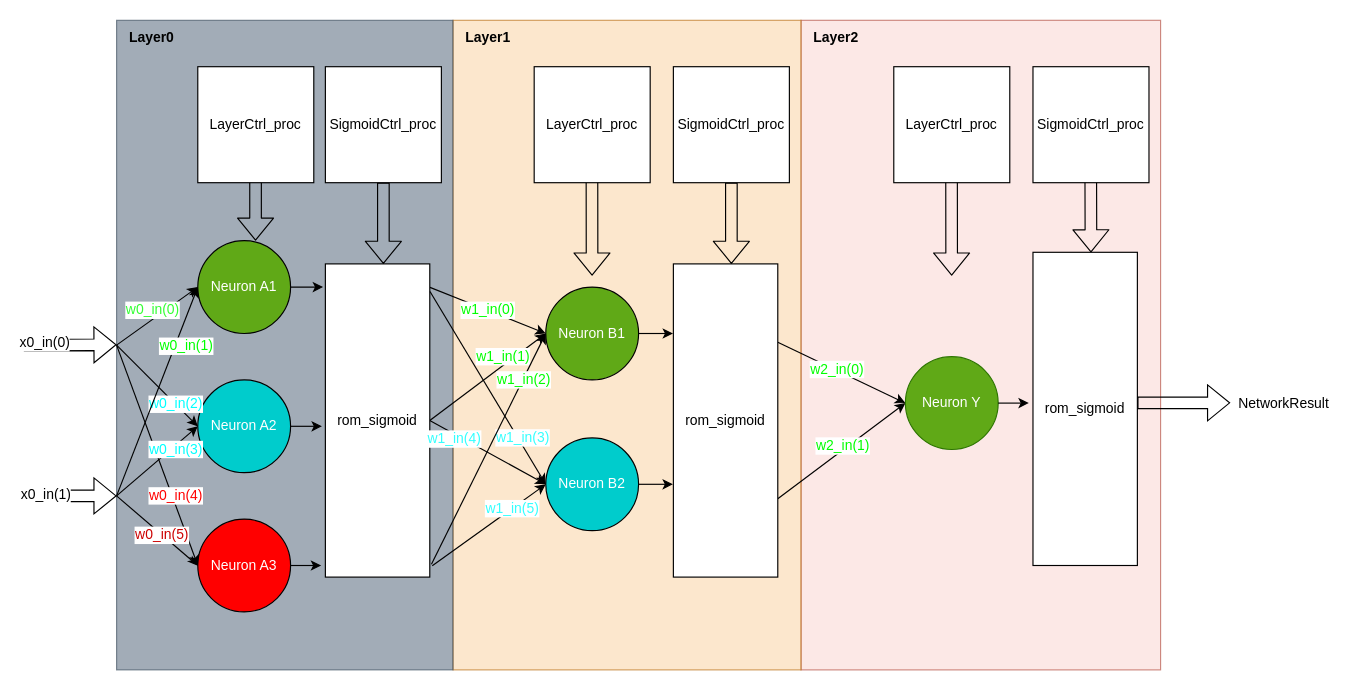
Above: page "Neural_Network_scheme" (1 of 2) of doc/Schematics.drawio in KrzysztofPr/Neural_network (draw.io), before the change. Source tidied: cells renumbered, new cells numbered last; positions are measured from the earlier drawing's top-left corner, leaving out a move shared by most shapes. Both pictures are drawn from the tidied source at 116%, with x=0, y=0 at pixel (23, 20).
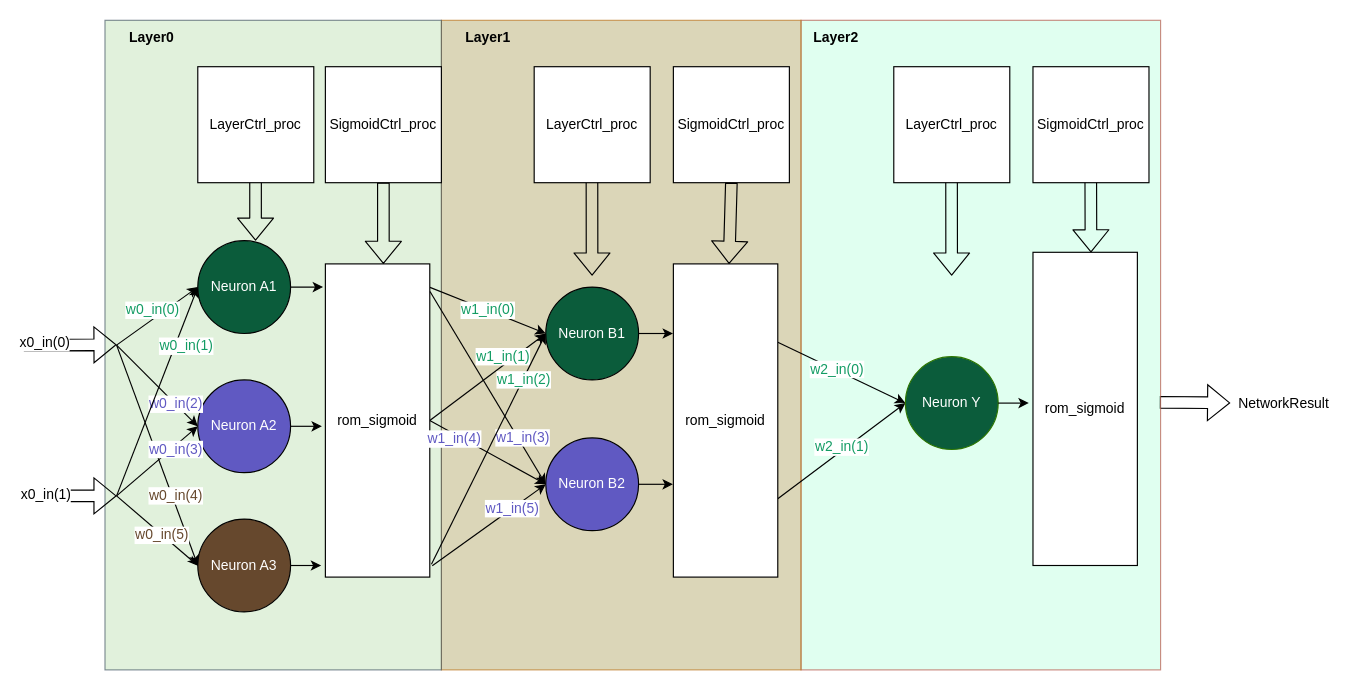
Above is the later version.

Unchanged cells that the change refers to:
```xml
<mxCell id="9" style="endArrow=classic;html=1;exitX=1;exitY=0.5;exitDx=0;exitDy=0;endFill=1;" parent="1" edge="1">
  <mxGeometry relative="1" as="geometry">
    <mxPoint x="80" y="280" as="sourcePoint" />
    <mxPoint x="150" y="230" as="targetPoint" />
  </mxGeometry>
</mxCell>
<mxCell id="11" style="endArrow=classic;html=1;entryX=0;entryY=0.5;entryDx=0;entryDy=0;endFill=1;" parent="1" edge="1" target="7">
  <mxGeometry relative="1" as="geometry">
    <mxPoint x="80" y="280" as="sourcePoint" />
  </mxGeometry>
</mxCell>
<mxCell id="13" style="endArrow=classic;html=1;entryX=0;entryY=0.5;entryDx=0;entryDy=0;exitX=1;exitY=0.5;exitDx=0;exitDy=0;endFill=1;" parent="1" edge="1" target="8">
  <mxGeometry relative="1" as="geometry">
    <mxPoint x="80" y="280" as="sourcePoint" />
  </mxGeometry>
</mxCell>
<mxCell id="15" style="endArrow=classicThin;html=1;endFill=1;entryX=0;entryY=0.5;entryDx=0;entryDy=0;" parent="1" edge="1" target="8">
  <mxGeometry relative="1" as="geometry">
    <mxPoint x="80" y="410" as="sourcePoint" />
  </mxGeometry>
</mxCell>
<mxCell id="17" style="endArrow=classic;html=1;entryX=0;entryY=0.5;entryDx=0;entryDy=0;endFill=1;" parent="1" edge="1" target="7">
  <mxGeometry relative="1" as="geometry">
    <mxPoint x="80" y="410" as="sourcePoint" />
  </mxGeometry>
</mxCell>
<mxCell id="19" style="endArrow=classic;html=1;entryX=0;entryY=0.5;entryDx=0;entryDy=0;endFill=1;exitX=1;exitY=0.5;exitDx=0;exitDy=0;" parent="1" edge="1" target="6">
  <mxGeometry relative="1" as="geometry">
    <mxPoint x="80" y="410" as="sourcePoint" />
  </mxGeometry>
</mxCell>
<mxCell id="23" style="rounded=0;jettySize=auto;html=1;exitX=0.075;exitY=-0.002;exitDx=0;exitDy=0;entryX=0;entryY=0.5;entryDx=0;entryDy=0;exitPerimeter=0;" parent="1" edge="1" source="28" target="35">
  <mxGeometry relative="1" as="geometry" />
</mxCell>
<mxCell id="25" style="rounded=0;jettySize=auto;html=1;exitX=0.5;exitY=0;exitDx=0;exitDy=0;" parent="1" edge="1" source="28">
  <mxGeometry relative="1" as="geometry">
    <mxPoint x="450" y="270" as="targetPoint" />
  </mxGeometry>
</mxCell>
<mxCell id="39" style="rounded=0;jettySize=auto;html=1;exitX=0.25;exitY=0;exitDx=0;exitDy=0;entryX=0;entryY=0.5;entryDx=0;entryDy=0;" parent="1" edge="1" source="42" target="53">
  <mxGeometry relative="1" as="geometry" />
</mxCell>
<mxCell id="48" style="rounded=0;jettySize=auto;html=1;exitX=0.088;exitY=-0.002;exitDx=0;exitDy=0;entryX=0;entryY=0.5;entryDx=0;entryDy=0;exitPerimeter=0;" parent="1" edge="1" source="28" target="36">
  <mxGeometry relative="1" as="geometry" />
</mxCell>
<mxCell id="50" style="rounded=0;jettySize=auto;html=1;exitX=0.959;exitY=-0.016;exitDx=0;exitDy=0;entryX=0;entryY=0.5;entryDx=0;entryDy=0;exitPerimeter=0;" parent="1" edge="1" source="28" target="35">
  <mxGeometry relative="1" as="geometry" />
</mxCell>
```

Change to the diagram source:
```diff
@@
+    <mxCell id="67" style="shape=flexArrow;endArrow=classic;html=1;rounded=0;fontFamily=Helvetica;fontSize=12;fontColor=default;exitX=0.588;exitY=0.003;exitDx=0;exitDy=0;exitPerimeter=0;" parent="1" edge="1" source="2">
+      <mxGeometry relative="1" as="geometry">
+        <mxPoint x="1040" y="329.8" as="targetPoint" />
+      </mxGeometry>
+    </mxCell>
-    <mxCell id="2" style="rounded=0;whiteSpace=wrap;html=1;direction=south;fillColor=#fad9d5;strokeColor=#ae4132;opacity=60;" parent="1" vertex="1">
+    <mxCell id="2" style="rounded=0;whiteSpace=wrap;html=1;direction=south;fillColor=#CCFFE7;strokeColor=#ae4132;opacity=60;" parent="1" vertex="1">
       <mxGeometry x="670" width="310" height="560" as="geometry" />
     </mxCell>
-    <mxCell id="3" style="rounded=0;whiteSpace=wrap;html=1;direction=south;fillColor=#fad7ac;strokeColor=#b46504;opacity=60;" parent="1" vertex="1">
-      <mxGeometry x="370" width="300" height="560" as="geometry" />
+    <mxCell id="3" style="rounded=0;whiteSpace=wrap;html=1;direction=south;fillColor=#C4BB89;strokeColor=#b46504;opacity=60;" parent="1" vertex="1">
+      <mxGeometry x="360" width="310" height="560" as="geometry" />
     </mxCell>
@@
-    <mxCell id="5" style="rounded=0;whiteSpace=wrap;html=1;direction=south;fillColor=#647687;fontColor=#ffffff;strokeColor=#314354;opacity=60;" parent="1" vertex="1">
-      <mxGeometry x="80" width="290" height="560" as="geometry" />
+    <mxCell id="5" style="rounded=0;whiteSpace=wrap;html=1;direction=south;fillColor=#CDE8C5;fontColor=#ffffff;strokeColor=#314354;opacity=60;" parent="1" vertex="1">
+      <mxGeometry x="70" width="290" height="560" as="geometry" />
     </mxCell>
-    <mxCell id="6" value="Neuron A1" style="ellipse;whiteSpace=wrap;html=1;fillColor=#60a917;fontColor=#ffffff;strokeColor=#000000;" parent="1" vertex="1">
+    <mxCell id="6" value="Neuron A1" style="ellipse;whiteSpace=wrap;html=1;fillColor=#0B5C3B;fontColor=#ffffff;strokeColor=#000000;" parent="1" vertex="1">
       <mxGeometry x="150" y="190" width="80" height="80" as="geometry" />
     </mxCell>
-    <mxCell id="7" value="Neuron A2" style="ellipse;whiteSpace=wrap;html=1;fillColor=#00CCCC;fontColor=#ffffff;strokeColor=#000000;" parent="1" vertex="1">
+    <mxCell id="7" value="Neuron A2" style="ellipse;whiteSpace=wrap;html=1;fillColor=#6059C2;fontColor=#ffffff;strokeColor=#000000;" parent="1" vertex="1">
       <mxGeometry x="150" y="310" width="80" height="80" as="geometry" />
     </mxCell>
-    <mxCell id="8" value="Neuron A3" style="ellipse;whiteSpace=wrap;html=1;fillColor=#FF0000;fontColor=#ffffff;strokeColor=#000000;" parent="1" vertex="1">
+    <mxCell id="8" value="Neuron A3" style="ellipse;whiteSpace=wrap;html=1;fillColor=#66482D;fontColor=#ffffff;strokeColor=#000000;" parent="1" vertex="1">
       <mxGeometry x="150" y="430" width="80" height="80" as="geometry" />
     </mxCell>
@@
-    <mxCell id="10" value="&lt;font color=&quot;#33ff33&quot;&gt;w0_in(0)&lt;/font&gt;" style="edgeLabel;html=1;align=center;verticalAlign=middle;fontSize=12;" parent="9" vertex="1">
+    <mxCell id="10" value="&lt;font color=&quot;#139c64&quot;&gt;w0_in(0)&lt;/font&gt;" style="edgeLabel;html=1;align=center;verticalAlign=middle;fontSize=12;" parent="9" vertex="1">
       <mxGeometry x="-0.4" relative="1" as="geometry">
         <mxPoint x="9" y="-15" as="offset" />
       </mxGeometry>
     </mxCell>
@@
-    <mxCell id="12" value="&lt;font color=&quot;#00ffff&quot;&gt;w0_in(2)&lt;/font&gt;" style="edgeLabel;html=1;align=center;verticalAlign=middle;fontSize=12;" parent="11" vertex="1">
+    <mxCell id="12" value="&lt;font color=&quot;#6059c2&quot;&gt;w0_in(2)&lt;/font&gt;" style="edgeLabel;html=1;align=center;verticalAlign=middle;fontSize=12;" parent="11" vertex="1">
       <mxGeometry x="0.23" relative="1" as="geometry">
         <mxPoint x="7" y="7" as="offset" />
       </mxGeometry>
     </mxCell>
@@
-    <mxCell id="14" value="&lt;font color=&quot;#ff0000&quot;&gt;w0_in(4)&lt;/font&gt;" style="edgeLabel;html=1;align=center;verticalAlign=middle;fontSize=12;" parent="13" vertex="1">
+    <mxCell id="14" value="&lt;font color=&quot;#66482d&quot;&gt;w0_in(4)&lt;/font&gt;" style="edgeLabel;html=1;align=center;verticalAlign=middle;fontSize=12;" parent="13" vertex="1">
       <mxGeometry x="-0.13" y="2" relative="1" as="geometry">
         <mxPoint x="18" y="48" as="offset" />
       </mxGeometry>
     </mxCell>
@@
-    <mxCell id="16" value="&lt;font color=&quot;#cc0000&quot;&gt;w0_in(5)&lt;/font&gt;" style="edgeLabel;html=1;align=center;verticalAlign=middle;fontSize=12;" parent="15" vertex="1">
+    <mxCell id="16" value="&lt;font color=&quot;#66482d&quot;&gt;w0_in(5)&lt;/font&gt;" style="edgeLabel;html=1;align=center;verticalAlign=middle;fontSize=12;" parent="15" vertex="1">
       <mxGeometry x="0.08" y="1" relative="1" as="geometry">
         <mxPoint y="2" as="offset" />
       </mxGeometry>
     </mxCell>
@@
-    <mxCell id="18" value="&lt;font color=&quot;#00ffff&quot;&gt;w0_in(3)&lt;/font&gt;" style="edgeLabel;html=1;align=center;verticalAlign=middle;fontSize=12;" parent="17" vertex="1">
+    <mxCell id="18" value="&lt;font color=&quot;#6059c2&quot;&gt;w0_in(3)&lt;/font&gt;" style="edgeLabel;html=1;align=center;verticalAlign=middle;fontSize=12;" parent="17" vertex="1">
       <mxGeometry x="0.3" y="-1" relative="1" as="geometry">
         <mxPoint x="4" y="-2" as="offset" />
       </mxGeometry>
     </mxCell>
@@
-    <mxCell id="20" value="&lt;font color=&quot;#00ff00&quot;&gt;w0_in(1)&lt;/font&gt;" style="edgeLabel;html=1;align=center;verticalAlign=middle;fontSize=12;" parent="19" vertex="1">
+    <mxCell id="20" value="&lt;font color=&quot;#139c64&quot;&gt;w0_in(1)&lt;/font&gt;" style="edgeLabel;html=1;align=center;verticalAlign=middle;fontSize=12;" parent="19" vertex="1">
       <mxGeometry x="-0.3" y="1" relative="1" as="geometry">
         <mxPoint x="36" y="-66" as="offset" />
       </mxGeometry>
     </mxCell>
@@
-    <mxCell id="24" value="&lt;font color=&quot;#00ff00&quot;&gt;w1_in(0)&lt;/font&gt;" style="edgeLabel;html=1;align=center;verticalAlign=middle;fontSize=12;fontFamily=Helvetica;fontColor=default;" parent="23" vertex="1">
+    <mxCell id="24" value="&lt;font color=&quot;#139c64&quot;&gt;w1_in(0)&lt;/font&gt;" style="edgeLabel;html=1;align=center;verticalAlign=middle;fontSize=12;fontFamily=Helvetica;fontColor=default;" parent="23" vertex="1">
       <mxGeometry x="-0.02" relative="1" as="geometry" />
     </mxCell>
@@
-    <mxCell id="26" value="&lt;font color=&quot;#00ff00&quot;&gt;w1_in(1)&lt;/font&gt;" style="edgeLabel;html=1;align=center;verticalAlign=middle;fontSize=12;fontFamily=Helvetica;fontColor=default;" parent="25" vertex="1">
+    <mxCell id="26" value="&lt;font color=&quot;#139c64&quot;&gt;w1_in(1)&lt;/font&gt;" style="edgeLabel;html=1;align=center;verticalAlign=middle;fontSize=12;fontFamily=Helvetica;fontColor=default;" parent="25" vertex="1">
       <mxGeometry x="0.26" y="1" relative="1" as="geometry">
         <mxPoint y="-7" as="offset" />
       </mxGeometry>
     </mxCell>
@@
-    <mxCell id="35" value="Neuron B1" style="ellipse;whiteSpace=wrap;html=1;fillColor=#60a917;fontColor=#ffffff;strokeColor=#000000;" parent="1" vertex="1">
+    <mxCell id="35" value="Neuron B1" style="ellipse;whiteSpace=wrap;html=1;fillColor=#0B5C3B;fontColor=#ffffff;strokeColor=#000000;" parent="1" vertex="1">
       <mxGeometry x="450" y="230" width="80" height="80" as="geometry" />
     </mxCell>
-    <mxCell id="36" value="Neuron B2" style="ellipse;whiteSpace=wrap;html=1;fillColor=#00CCCC;fontColor=#ffffff;strokeColor=#000000;" parent="1" vertex="1">
+    <mxCell id="36" value="Neuron B2" style="ellipse;whiteSpace=wrap;html=1;fillColor=#6059C2;fontColor=#ffffff;strokeColor=#000000;" parent="1" vertex="1">
       <mxGeometry x="450" y="360" width="80" height="80" as="geometry" />
     </mxCell>
@@
-    <mxCell id="40" value="&lt;font color=&quot;#00ff00&quot;&gt;w2_in(0)&lt;/font&gt;" style="edgeLabel;html=1;align=center;verticalAlign=middle;fontSize=12;fontFamily=Helvetica;fontColor=default;" parent="39" vertex="1">
+    <mxCell id="40" value="&lt;font color=&quot;#139c64&quot;&gt;w2_in(0)&lt;/font&gt;" style="edgeLabel;html=1;align=center;verticalAlign=middle;fontSize=12;fontFamily=Helvetica;fontColor=default;" parent="39" vertex="1">
       <mxGeometry x="-0.1" y="1" relative="1" as="geometry" />
     </mxCell>
@@
-    <mxCell id="49" value="&lt;font color=&quot;#33ffff&quot;&gt;w1_in(3)&lt;/font&gt;" style="edgeLabel;html=1;align=center;verticalAlign=middle;fontSize=12;fontFamily=Helvetica;fontColor=default;" parent="48" vertex="1">
+    <mxCell id="49" value="&lt;font color=&quot;#6059c2&quot;&gt;w1_in(3)&lt;/font&gt;" style="edgeLabel;html=1;align=center;verticalAlign=middle;fontSize=12;fontFamily=Helvetica;fontColor=default;" parent="48" vertex="1">
       <mxGeometry x="0.48" y="-1" relative="1" as="geometry">
         <mxPoint x="7" y="3" as="offset" />
       </mxGeometry>
     </mxCell>
@@
-    <mxCell id="51" value="&lt;font color=&quot;#00ff00&quot;&gt;w1_in(2)&lt;/font&gt;" style="edgeLabel;html=1;align=center;verticalAlign=middle;fontSize=12;fontFamily=Helvetica;fontColor=default;" parent="50" vertex="1">
+    <mxCell id="51" value="&lt;font color=&quot;#139c64&quot;&gt;w1_in(2)&lt;/font&gt;" style="edgeLabel;html=1;align=center;verticalAlign=middle;fontSize=12;fontFamily=Helvetica;fontColor=default;" parent="50" vertex="1">
       <mxGeometry x="0.43" relative="1" as="geometry">
         <mxPoint x="8" y="-17" as="offset" />
       </mxGeometry>
     </mxCell>
@@
-    <mxCell id="53" value="Neuron Y" style="ellipse;whiteSpace=wrap;html=1;fillColor=#60a917;fontColor=#ffffff;strokeColor=#2D7600;" parent="1" vertex="1">
+    <mxCell id="53" value="Neuron Y" style="ellipse;whiteSpace=wrap;html=1;fillColor=#0B5C3B;fontColor=#ffffff;strokeColor=#2D7600;" parent="1" vertex="1">
       <mxGeometry x="760" y="290" width="80" height="80" as="geometry" />
     </mxCell>
@@
-    <mxCell id="59" value="&lt;font color=&quot;#33ffff&quot;&gt;w1_in(4)&lt;/font&gt;" style="edgeLabel;html=1;align=center;verticalAlign=middle;fontSize=12;fontFamily=Helvetica;fontColor=default;" parent="1" vertex="1">
+    <mxCell id="59" value="&lt;font color=&quot;#6059c2&quot;&gt;w1_in(4)&lt;/font&gt;" style="edgeLabel;html=1;align=center;verticalAlign=middle;fontSize=12;fontFamily=Helvetica;fontColor=default;" parent="1" vertex="1">
       <mxGeometry x="370" y="360" as="geometry" />
     </mxCell>
-    <mxCell id="60" value="&lt;font color=&quot;#33ffff&quot;&gt;w1_in(5)&lt;/font&gt;" style="edgeLabel;html=1;align=center;verticalAlign=middle;fontSize=12;fontFamily=Helvetica;fontColor=default;" parent="1" vertex="1">
+    <mxCell id="60" value="&lt;font color=&quot;#6059c2&quot;&gt;w1_in(5)&lt;/font&gt;" style="edgeLabel;html=1;align=center;verticalAlign=middle;fontSize=12;fontFamily=Helvetica;fontColor=default;" parent="1" vertex="1">
       <mxGeometry x="420" y="420" as="geometry" />
     </mxCell>
-    <mxCell id="61" value="&lt;font color=&quot;#00ff00&quot;&gt;w2_in(1)&lt;/font&gt;" style="edgeLabel;html=1;align=center;verticalAlign=middle;fontSize=12;fontFamily=Helvetica;fontColor=default;" parent="1" vertex="1">
+    <mxCell id="61" value="&lt;font color=&quot;#139c64&quot;&gt;w2_in(1)&lt;/font&gt;" style="edgeLabel;html=1;align=center;verticalAlign=middle;fontSize=12;fontFamily=Helvetica;fontColor=default;" parent="1" vertex="1">
       <mxGeometry x="709.9" y="370" as="geometry">
-        <mxPoint x="-4" y="-4" as="offset" />
+        <mxPoint x="-5" y="-3" as="offset" />
       </mxGeometry>
     </mxCell>
@@
-    <mxCell id="67" style="shape=flexArrow;endArrow=classic;html=1;rounded=0;fontFamily=Helvetica;fontSize=12;fontColor=default;" parent="1" edge="1">
-      <mxGeometry relative="1" as="geometry">
-        <mxPoint x="960" y="329.8" as="sourcePoint" />
-        <mxPoint x="1040" y="329.8" as="targetPoint" />
-      </mxGeometry>
-    </mxCell>
```
